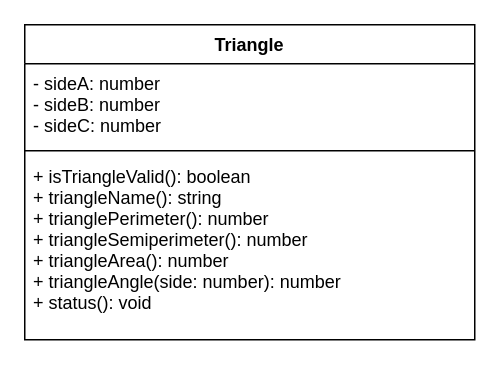
The draw.io diagram design/class.drawio in Ethan-Prieur1/ics4u-assignment-3-typescript, before the edit. Source tidied: cells renumbered, new cells numbered last; positions are measured from the earlier drawing's top-left corner, leaving out a move shared by most shapes. Both pictures are drawn from the tidied source at 150%, with x=0, y=0 at pixel (24, 24).
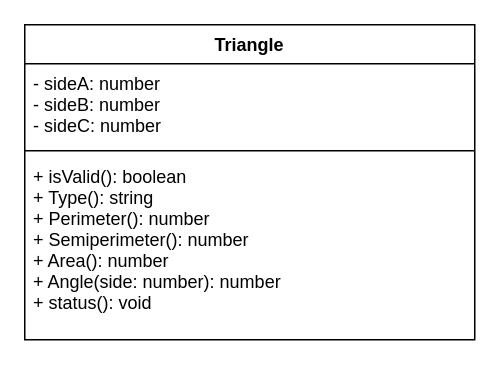
After the change.

Change to the diagram source:
```diff
@@
 <mxGraphModel>
   <root>
     <mxCell id="0" />
     <mxCell id="1" parent="0" />
     <mxCell id="2" value="Triangle" style="swimlane;fontStyle=1;align=center;verticalAlign=top;horizontal=1;startSize=26;" parent="1" vertex="1">
       <mxGeometry width="300" height="210" as="geometry" />
     </mxCell>
     <mxCell id="3" value="- sideA: number&#10;- sideB: number&#10;- sideC: number" style="text;strokeColor=none;fillColor=none;align=left;verticalAlign=top;spacingLeft=4;spacingRight=4;overflow=hidden;" parent="2" vertex="1">
       <mxGeometry y="26" width="300" height="54" as="geometry" />
     </mxCell>
     <mxCell id="4" style="line;strokeWidth=1;fillColor=none;align=left;verticalAlign=middle;spacingTop=-1;spacingLeft=3;spacingRight=3;labelPosition=right;" parent="2" vertex="1">
       <mxGeometry y="80" width="300" height="8" as="geometry" />
     </mxCell>
-    <mxCell id="5" value="+ isTriangleValid(): boolean&#10;+ triangleName(): string&#10;+ trianglePerimeter(): number&#10;+ triangleSemiperimeter(): number&#10;+ triangleArea(): number&#10;+ triangleAngle(side: number): number&#10;+ status(): void" style="text;strokeColor=none;fillColor=none;align=left;verticalAlign=top;spacingLeft=4;spacingRight=4;overflow=hidden;" parent="2" vertex="1">
+    <mxCell id="5" value="+ isValid(): boolean&#10;+ Type(): string&#10;+ Perimeter(): number&#10;+ Semiperimeter(): number&#10;+ Area(): number&#10;+ Angle(side: number): number&#10;+ status(): void" style="text;strokeColor=none;fillColor=none;align=left;verticalAlign=top;spacingLeft=4;spacingRight=4;overflow=hidden;" parent="2" vertex="1">
       <mxGeometry y="88" width="300" height="122" as="geometry" />
     </mxCell>
   </root>
 </mxGraphModel>
```
